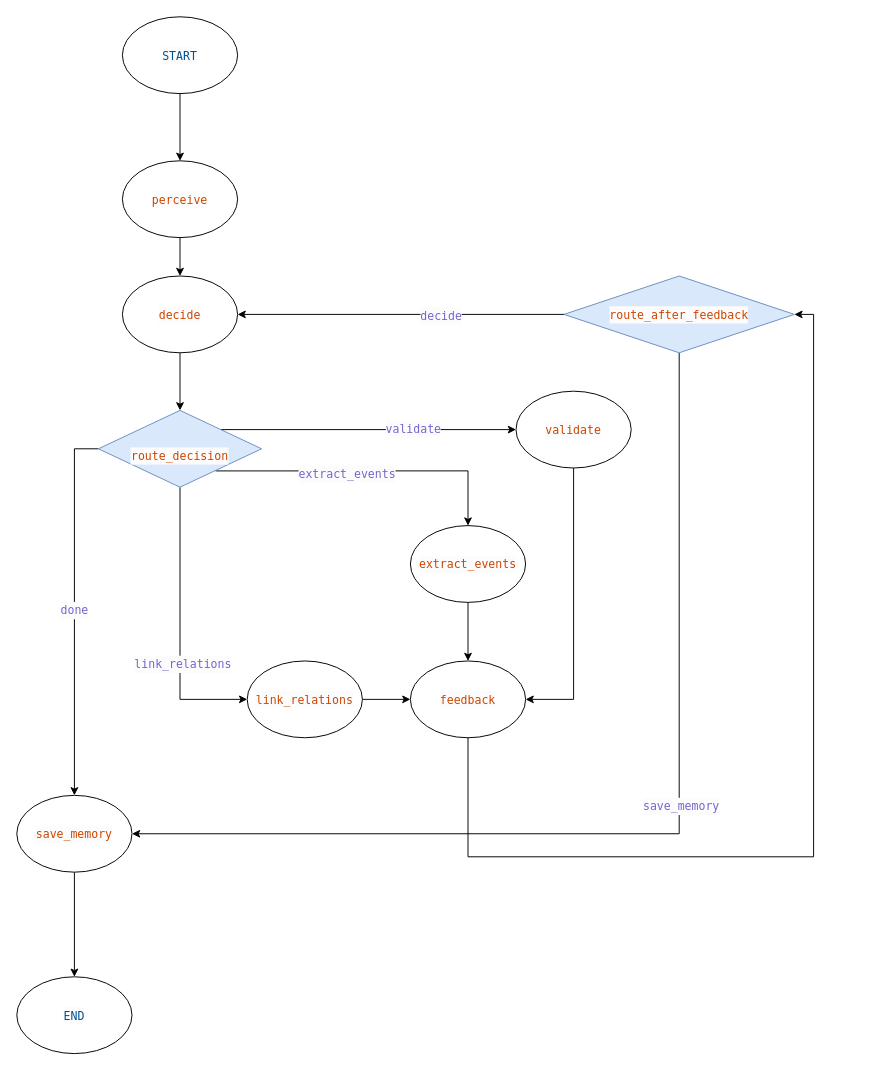
dfqxyfy/image keeps this draw.io diagram as 事件抽取langgraph.drawio. Above is the earlier version. Source tidied: cells renumbered, new cells numbered last; positions are measured from the earlier drawing's top-left corner, leaving out a move shared by most shapes. Both pictures are drawn from the tidied source at 96%, with x=0, y=0 at pixel (16, 16).
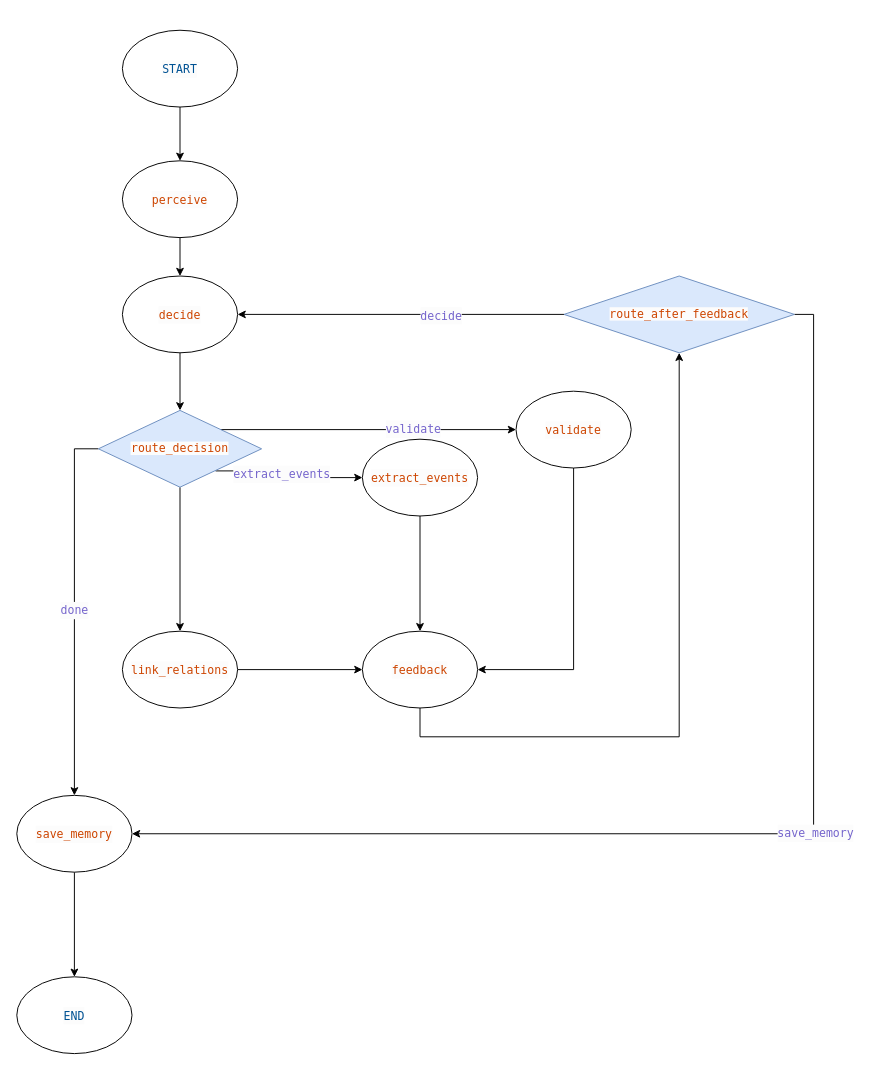
The same page after the edit.

Commit message:
更新事件抽取langgraph.drawio

Unchanged cells that the change refers to:
```xml
<mxCell id="11" value="&lt;div style=&quot;color: rgb(20, 20, 20); background-color: rgb(252, 252, 252); font-family: Menlo, Monaco, &amp;quot;Courier New&amp;quot;, monospace; line-height: 18px; white-space: pre;&quot;&gt;&lt;span style=&quot;color: rgb(205, 69, 0);&quot;&gt;validate&lt;/span&gt;&lt;/div&gt;" style="ellipse;whiteSpace=wrap;html=1;shapeInside=1;" parent="1" vertex="1">
  <mxGeometry x="520" y="390" width="120" height="80" as="geometry" />
</mxCell>
<mxCell id="15" value="&lt;div style=&quot;color: rgb(20, 20, 20); background-color: rgb(252, 252, 252); font-family: Menlo, Monaco, &amp;quot;Courier New&amp;quot;, monospace; line-height: 18px; white-space: pre;&quot;&gt;&lt;span style=&quot;color: rgb(205, 69, 0);&quot;&gt;save_memory&lt;/span&gt;&lt;/div&gt;" style="ellipse;whiteSpace=wrap;html=1;shapeInside=1;" parent="1" vertex="1">
  <mxGeometry y="811" width="120" height="80" as="geometry" />
</mxCell>
```

Diff of the diagram source:
```diff
@@
     <mxCell id="7" value="&lt;div style=&quot;color: rgb(20, 20, 20); background-color: rgb(252, 252, 252); font-family: Menlo, Monaco, &amp;quot;Courier New&amp;quot;, monospace; line-height: 18px; white-space: pre;&quot;&gt;&lt;span style=&quot;color: rgb(205, 69, 0);&quot;&gt;extract_events&lt;/span&gt;&lt;/div&gt;" style="ellipse;whiteSpace=wrap;html=1;shapeInside=1;" parent="1" vertex="1">
-      <mxGeometry x="410" y="530" width="120" height="80" as="geometry" />
+      <mxGeometry x="360" y="440" width="120" height="80" as="geometry" />
     </mxCell>
@@
     <mxCell id="9" value="&lt;div style=&quot;color: rgb(20, 20, 20); background-color: rgb(252, 252, 252); font-family: Menlo, Monaco, &amp;quot;Courier New&amp;quot;, monospace; line-height: 18px; white-space: pre;&quot;&gt;&lt;span style=&quot;color: rgb(205, 69, 0);&quot;&gt;link_relations&lt;/span&gt;&lt;/div&gt;" style="ellipse;whiteSpace=wrap;html=1;shapeInside=1;" parent="1" vertex="1">
-      <mxGeometry x="240" y="671" width="120" height="80" as="geometry" />
+      <mxGeometry x="110" y="640" width="120" height="80" as="geometry" />
     </mxCell>
-    <mxCell id="10" style="edgeStyle=orthogonalEdgeStyle;rounded=0;jettySize=auto;html=1;entryX=1;entryY=0.5;entryDx=0;entryDy=0;" parent="1" edge="1" source="11" target="13">
+    <mxCell id="10" style="edgeStyle=orthogonalEdgeStyle;rounded=0;jettySize=auto;html=1;entryX=1;entryY=0.5;entryDx=0;entryDy=0;exitX=0.5;exitY=1;exitDx=0;exitDy=0;" parent="1" edge="1" source="11" target="13">
       <mxGeometry relative="1" as="geometry" />
     </mxCell>
@@
-    <mxCell id="12" style="edgeStyle=orthogonalEdgeStyle;rounded=0;jettySize=auto;html=1;exitX=0.5;exitY=1;exitDx=0;exitDy=0;entryX=1;entryY=0.5;entryDx=0;entryDy=0;" parent="1" edge="1" source="13" target="31">
+    <mxCell id="12" style="edgeStyle=orthogonalEdgeStyle;rounded=0;jettySize=auto;html=1;entryX=0.5;entryY=1;entryDx=0;entryDy=0;" parent="1" edge="1" source="13" target="31">
       <mxGeometry relative="1" as="geometry">
         <Array as="points">
-          <mxPoint x="470" y="875" />
-          <mxPoint x="830" y="875" />
-          <mxPoint x="830" y="310" />
+          <mxPoint x="420" y="750" />
+          <mxPoint x="690" y="750" />
         </Array>
       </mxGeometry>
     </mxCell>
     <mxCell id="13" value="&lt;div style=&quot;color: rgb(20, 20, 20); background-color: rgb(252, 252, 252); font-family: Menlo, Monaco, &amp;quot;Courier New&amp;quot;, monospace; line-height: 18px; white-space: pre;&quot;&gt;&lt;span style=&quot;color: rgb(205, 69, 0);&quot;&gt;feedback&lt;/span&gt;&lt;/div&gt;" style="ellipse;whiteSpace=wrap;html=1;shapeInside=1;" parent="1" vertex="1">
-      <mxGeometry x="410" y="671" width="120" height="80" as="geometry" />
+      <mxGeometry x="360" y="640" width="120" height="80" as="geometry" />
     </mxCell>
@@
     <mxCell id="17" value="&lt;div style=&quot;color: rgb(20, 20, 20); background-color: rgb(252, 252, 252); font-family: Menlo, Monaco, &amp;quot;Courier New&amp;quot;, monospace; line-height: 18px; white-space: pre;&quot;&gt;&lt;span style=&quot;color: #005293;&quot;&gt;START&lt;/span&gt;&lt;/div&gt;" style="ellipse;whiteSpace=wrap;html=1;shapeInside=1;" parent="1" vertex="1">
-      <mxGeometry x="110" width="120" height="80" as="geometry" />
+      <mxGeometry x="110" y="14" width="120" height="80" as="geometry" />
     </mxCell>
@@
-    <mxCell id="21" style="edgeStyle=orthogonalEdgeStyle;rounded=0;jettySize=auto;html=1;exitX=0.5;exitY=1;exitDx=0;exitDy=0;entryX=0;entryY=0.5;entryDx=0;entryDy=0;" parent="1" edge="1" source="26" target="9">
-      <mxGeometry relative="1" as="geometry" />
-    </mxCell>
-    <mxCell id="22" value="&lt;div style=&quot;color: rgb(20, 20, 20); background-color: rgb(252, 252, 252); font-family: Menlo, Monaco, &amp;quot;Courier New&amp;quot;, monospace; font-size: 12px; line-height: 18px; white-space: pre;&quot;&gt;&lt;span style=&quot;color: #7565cc;&quot;&gt;link_relations&lt;/span&gt;&lt;/div&gt;" style="edgeLabel;html=1;align=center;verticalAlign=middle;" parent="21" vertex="1">
-      <mxGeometry x="0.26" y="2" relative="1" as="geometry" />
-    </mxCell>
@@
+    <mxCell id="21" style="edgeStyle=orthogonalEdgeStyle;rounded=0;jettySize=auto;html=1;exitX=0.5;exitY=1;exitDx=0;exitDy=0;" parent="1" edge="1" source="26" target="9">
+      <mxGeometry relative="1" as="geometry" />
+    </mxCell>
-    <mxCell id="26" value="&lt;br class=&quot;Apple-interchange-newline&quot;&gt;&lt;div style=&quot;color: rgb(20, 20, 20); background-color: rgb(252, 252, 252); font-family: Menlo, Monaco, &amp;quot;Courier New&amp;quot;, monospace; line-height: 18px; white-space: pre;&quot;&gt;&lt;span style=&quot;color: rgb(205, 69, 0);&quot;&gt;route_decision&lt;/span&gt;&lt;/div&gt;" style="rhombus;whiteSpace=wrap;html=1;shapeInside=1;fillColor=#dae8fc;strokeColor=#6c8ebf;" parent="1" vertex="1">
+    <mxCell id="26" value="&lt;span style=&quot;background-color: light-dark(rgb(252, 252, 252), rgb(20, 20, 20)); color: light-dark(rgb(205, 69, 0), rgb(254, 137, 78)); font-family: Menlo, Monaco, &amp;quot;Courier New&amp;quot;, monospace; white-space: pre;&quot;&gt;route_decision&lt;/span&gt;" style="rhombus;whiteSpace=wrap;html=1;shapeInside=1;fillColor=#dae8fc;strokeColor=#6c8ebf;" parent="1" vertex="1">
       <mxGeometry x="85" y="410" width="170" height="80" as="geometry" />
     </mxCell>
-    <mxCell id="27" style="edgeStyle=orthogonalEdgeStyle;rounded=0;jettySize=auto;html=1;entryX=1;entryY=0.5;entryDx=0;entryDy=0;exitX=0.5;exitY=1;exitDx=0;exitDy=0;" parent="1" edge="1" source="31" target="15">
+    <mxCell id="27" style="edgeStyle=orthogonalEdgeStyle;rounded=0;jettySize=auto;html=1;entryX=1;entryY=0.5;entryDx=0;entryDy=0;exitX=1;exitY=0.5;exitDx=0;exitDy=0;" parent="1" edge="1" source="31" target="15">
       <mxGeometry relative="1" as="geometry" />
     </mxCell>
@@
-    <mxCell id="31" value="&lt;div style=&quot;color: rgb(20, 20, 20); background-color: rgb(252, 252, 252); font-family: Menlo, Monaco, &amp;quot;Courier New&amp;quot;, monospace; line-height: 18px; white-space: pre;&quot;&gt;&lt;span style=&quot;color: #cd4500;&quot;&gt;route_after_feedback&lt;/span&gt;&lt;/div&gt;" style="rhombus;whiteSpace=wrap;html=1;shapeInside=1;fillColor=#dae8fc;strokeColor=#6c8ebf;" parent="1" vertex="1">
+    <mxCell id="31" value="&lt;span style=&quot;color: light-dark(rgb(205, 69, 0), rgb(254, 137, 78)); background-color: light-dark(rgb(252, 252, 252), rgb(20, 20, 20)); font-family: Menlo, Monaco, &amp;quot;Courier New&amp;quot;, monospace; white-space: pre;&quot;&gt;route_after_feedback&lt;/span&gt;" style="rhombus;whiteSpace=wrap;html=1;shapeInside=1;fillColor=#dae8fc;strokeColor=#6c8ebf;" parent="1" vertex="1">
       <mxGeometry x="570" y="270" width="240" height="80" as="geometry" />
     </mxCell>
```
